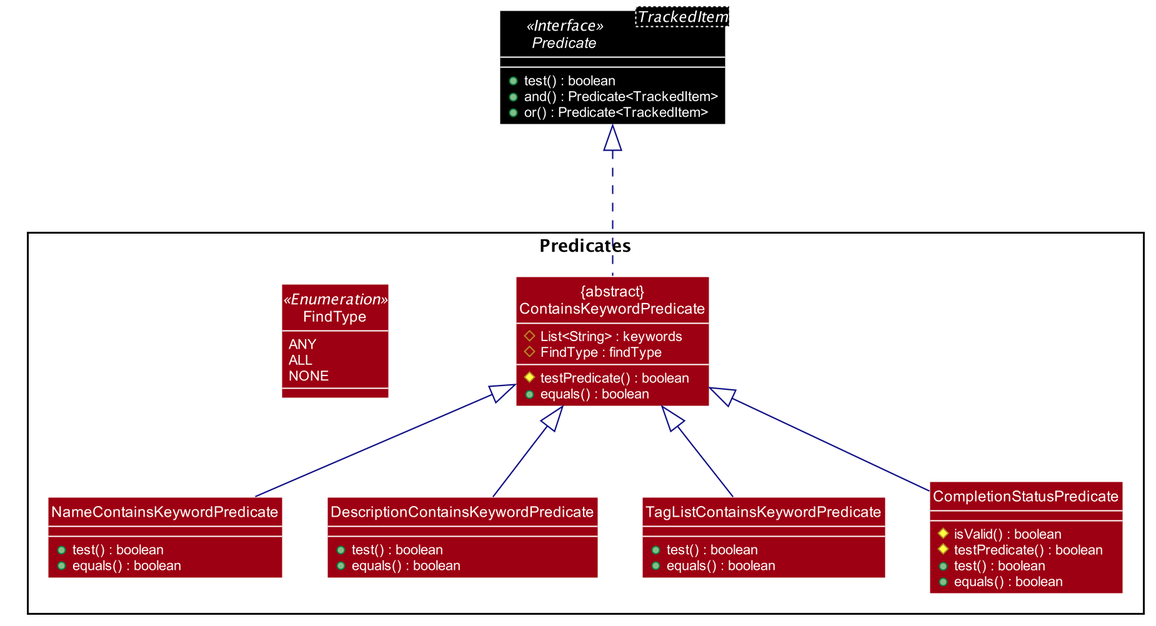
pr4aveen/tp keeps this PlantUML diagram as docs/images/PredicateClassDiagram.png. Above is the earlier version. Its diagram source:
```plantuml
@startuml









skinparam BackgroundColor #FFFFFFF

skinparam Shadowing false

skinparam Class {
    FontColor #FFFFFF
    BorderThickness 1
    BorderColor #FFFFFF
    StereotypeFontColor #FFFFFF
    FontName Arial
}

skinparam Actor {
    BorderColor #000000
    Color #000000
    FontName Arial
}

skinparam Sequence {
    MessageAlign center
    BoxFontSize 15
    BoxPadding 0
    BoxFontColor #FFFFFF
    FontName Arial
}

skinparam Participant {
    FontColor #FFFFFFF
    Padding 20
}

skinparam ClassAttribute {
    FontColor #FFFFFF
    StereotypeFontColor #FFFFFF
    FontName Arial
}


skinparam Object {
    FontColor #FFFFFF
    AttributeFontColor #FFFFFF
    BackgroundColor #9D0012
}

skinparam MinClassWidth 50
skinparam ParticipantPadding 10
skinparam Shadowing false
skinparam DefaultTextAlignment center
skinparam packageStyle Rectangle

hide footbox
hide circle
skinparam arrowThickness 1.1
skinparam arrowColor #101086

Interface Predicate<TrackedItem><<Interface>> #000000 {
    +test() : boolean
    +and() : Predicate<TrackedItem>
    +or() : Predicate<TrackedItem>
}

package Predicates {

Class "{abstract}\nContainsKeywordPredicate" as ContainsKeywordPredicate

Class ContainsKeywordPredicate #9D0012 {
    #List<String> : keywords
    #FindType : findType

    #testPredicate() : boolean
    +equals() : boolean
}

enum FindType<<Enumeration>> #9D0012{
    ANY
    ALL
    NONE
}

Class NameContainsKeywordPredicate #9D0012 {
    +test() : boolean
    +equals() : boolean
}

Class DescriptionContainsKeywordPredicate #9D0012 {
    +test() : boolean
    +equals() : boolean
}

Class TagListContainsKeywordPredicate #9D0012 {
    +test() : boolean
    +equals() : boolean
}
Class CompletionStatusPredicate #9D0012 {
    #isValid() : boolean
    #testPredicate() : boolean
    +test() : boolean
    +equals() : boolean
}
}

NameContainsKeywordPredicate -up-|> ContainsKeywordPredicate
DescriptionContainsKeywordPredicate -up-|> ContainsKeywordPredicate
TagListContainsKeywordPredicate -up-|> ContainsKeywordPredicate
CompletionStatusPredicate -up-|> ContainsKeywordPredicate
ContainsKeywordPredicate ..up.|> Predicate

@enduml
```
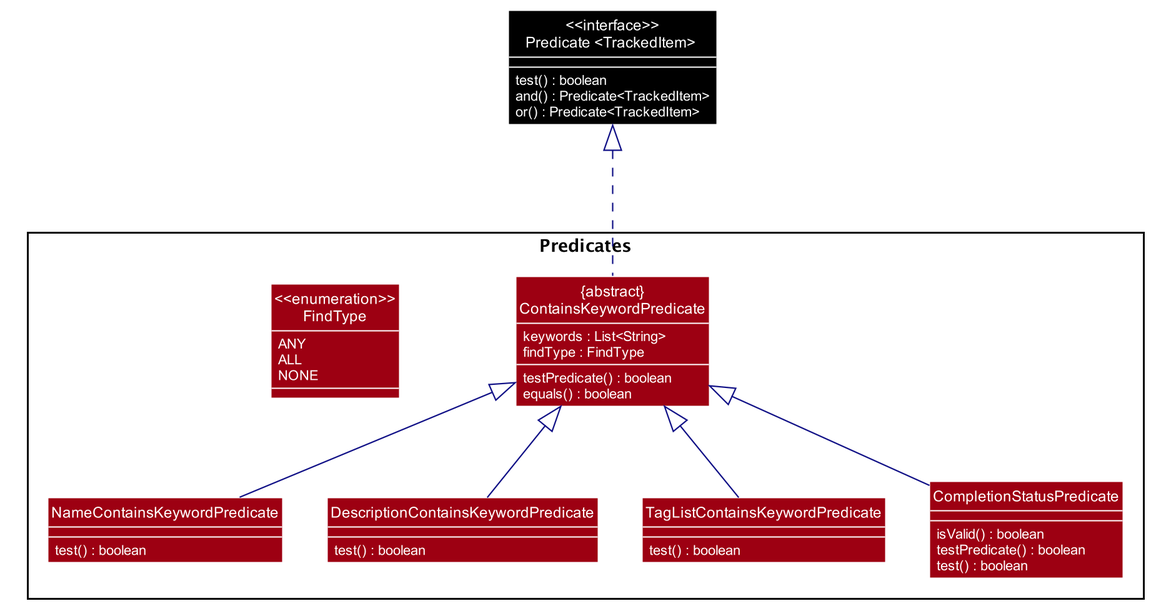
Later version of the same file.

What changed in the source:
```diff
@@ -63,49 +63,49 @@
 skinparam arrowThickness 1.1
 skinparam arrowColor #101086
 
-Interface Predicate<TrackedItem><<Interface>> #000000 {
-    +test() : boolean
-    +and() : Predicate<TrackedItem>
-    +or() : Predicate<TrackedItem>
+Class "<<interface>>\nPredicate <TrackedItem> " as Predicate
+
+Class Predicate #000000 {
+    test() : boolean
+    and() : Predicate<TrackedItem>
+    or() : Predicate<TrackedItem>
 }
 
 package Predicates {
 
 Class "{abstract}\nContainsKeywordPredicate" as ContainsKeywordPredicate
+enum "<<enumeration>>\nFindType" as FindType
 
 Class ContainsKeywordPredicate #9D0012 {
-    #List<String> : keywords
-    #FindType : findType
+    keywords : List<String>
+    findType : FindType
 
-    #testPredicate() : boolean
-    +equals() : boolean
+    testPredicate() : boolean
+    equals() : boolean
 }
 
-enum FindType<<Enumeration>> #9D0012{
+enum FindType #9D0012{
     ANY
     ALL
     NONE
 }
 
 Class NameContainsKeywordPredicate #9D0012 {
-    +test() : boolean
-    +equals() : boolean
+    test() : boolean
 }
 
 Class DescriptionContainsKeywordPredicate #9D0012 {
-    +test() : boolean
-    +equals() : boolean
+    test() : boolean
 }
 
 Class TagListContainsKeywordPredicate #9D0012 {
-    +test() : boolean
-    +equals() : boolean
+    test() : boolean
 }
 Class CompletionStatusPredicate #9D0012 {
-    #isValid() : boolean
-    #testPredicate() : boolean
-    +test() : boolean
-    +equals() : boolean
+    isValid() : boolean
+    testPredicate() : boolean
+    test() : boolean
+
 }
 }
 
@@ -115,4 +115,5 @@
 CompletionStatusPredicate -up-|> ContainsKeywordPredicate
 ContainsKeywordPredicate ..up.|> Predicate
 
+
 @enduml
```
